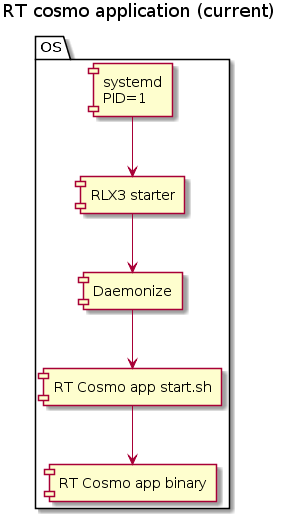
Before: proposals/0_rtcosmo_app_mng_component_current.png, a diagram exported from PlantUML (hus0/sandbox).
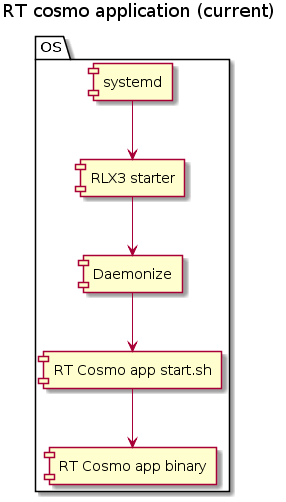
After the change.

Commit message:
Regenerate diagrams

Change to the diagram source:
```diff
@@ -3,7 +3,7 @@
 title RT cosmo application (current)
 
 package "OS" {
-    component [systemd\nPID=1] as systemd
+    component [systemd] as systemd
     component [RLX3 starter] as rlx3starter
     component [Daemonize] as daemonize
     component [RT Cosmo app start.sh] as rtcosmostart
```
